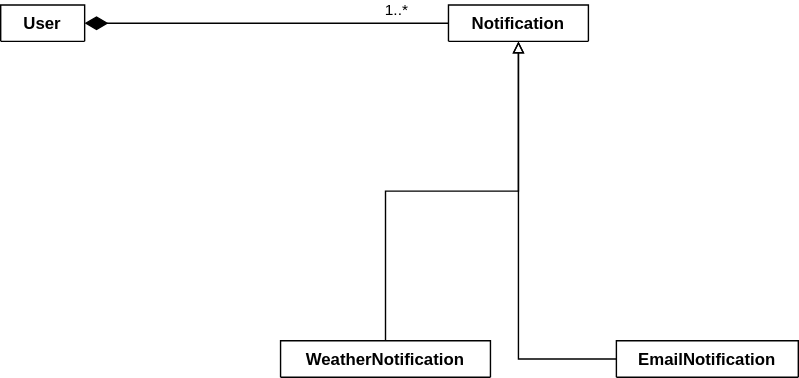
Earlier version of the draw.io export data-structures/uml/high-level.svg (err53/ICS4U0-work). Source tidied: cells renumbered, new cells last; positions are measured from the earlier drawing's top-left corner, leaving out a move shared by most shapes.
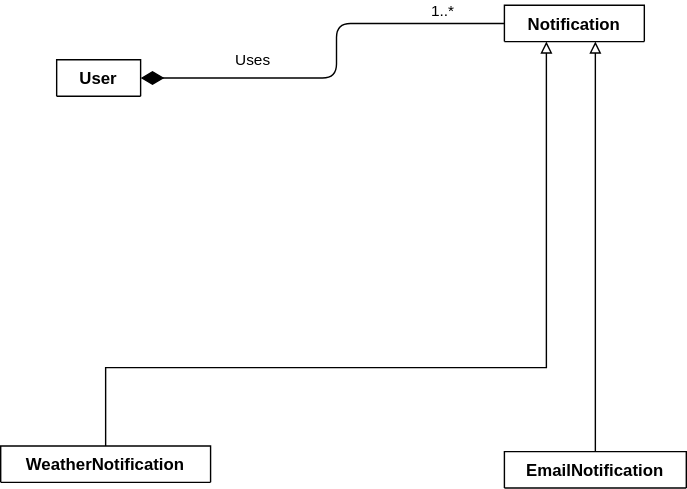
After the change.

Commit message:
doc: update uml diagrams

Change to the diagram source:
```diff
@@ -6,22 +6,42 @@
       <mxGeometry width="60" height="26" as="geometry" />
     </mxCell>
     <mxCell id="3" value="Notification" style="swimlane;fontStyle=1;align=center;verticalAlign=top;horizontal=1;startSize=26;" parent="1" vertex="1" collapsed="1">
-      <mxGeometry x="320" width="100" height="26" as="geometry" />
+      <mxGeometry x="320" y="-39" width="100" height="26" as="geometry" />
     </mxCell>
     <mxCell id="4" style="edgeStyle=orthogonalEdgeStyle;rounded=0;jettySize=auto;html=1;endArrow=block;endFill=0;" parent="1" edge="1" source="5" target="3">
-      <mxGeometry relative="1" as="geometry" />
+      <mxGeometry relative="1" as="geometry">
+        <Array as="points">
+          <mxPoint x="35" y="220" />
+          <mxPoint x="350" y="220" />
+        </Array>
+      </mxGeometry>
     </mxCell>
     <mxCell id="5" value="WeatherNotification" style="swimlane;fontStyle=1;align=center;verticalAlign=top;horizontal=1;startSize=26;" parent="1" vertex="1" collapsed="1">
-      <mxGeometry x="200" y="240" width="150" height="26" as="geometry" />
+      <mxGeometry x="-40" y="276" width="150" height="26" as="geometry" />
     </mxCell>
     <mxCell id="6" style="edgeStyle=orthogonalEdgeStyle;rounded=0;jettySize=auto;html=1;endArrow=block;endFill=0;" parent="1" edge="1" source="7" target="3">
-      <mxGeometry relative="1" as="geometry" />
+      <mxGeometry relative="1" as="geometry">
+        <Array as="points">
+          <mxPoint x="385" y="240" />
+          <mxPoint x="385" y="240" />
+        </Array>
+      </mxGeometry>
     </mxCell>
     <mxCell id="7" value="EmailNotification" style="swimlane;fontStyle=1;align=center;verticalAlign=top;horizontal=1;startSize=26;" parent="1" vertex="1" collapsed="1">
-      <mxGeometry x="440" y="240" width="130" height="26" as="geometry" />
+      <mxGeometry x="320" y="280" width="130" height="26" as="geometry" />
     </mxCell>
     <mxCell id="8" value="1..*" style="endArrow=none;html=1;endSize=12;startArrow=diamondThin;startSize=14;startFill=1;edgeStyle=orthogonalEdgeStyle;align=left;verticalAlign=bottom;endFill=0;" parent="1" edge="1" source="2" target="3">
-      <mxGeometry x="0.64" relative="1" as="geometry" />
+      <mxGeometry x="0.64" relative="1" as="geometry">
+        <Array as="points">
+          <mxPoint x="200" y="13" />
+          <mxPoint x="200" y="-26" />
+        </Array>
+      </mxGeometry>
     </mxCell>
+    <mxCell id="9" value="Uses" style="edgeLabel;html=1;align=center;verticalAlign=middle;" parent="8" vertex="1">
+      <mxGeometry x="-0.24" y="2" relative="1" as="geometry">
+        <mxPoint x="-34.1" y="-11.1" as="offset" />
+      </mxGeometry>
+    </mxCell>
   </root>
 </mxGraphModel>
```
